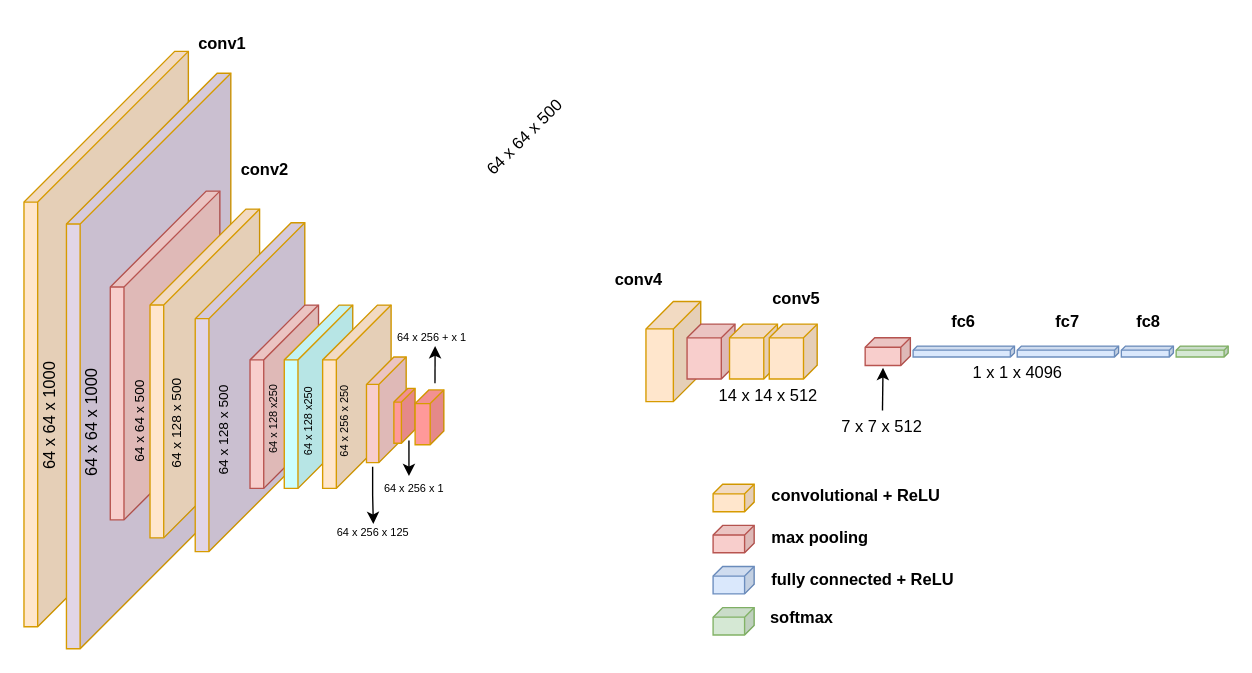
minh071289/AI_system keeps this draw.io diagram as Untitled Diagram.drawio. Above is the earlier version. Source tidied: cells renumbered, new cells numbered last; positions are measured from the earlier drawing's top-left corner, leaving out a move shared by most shapes. Both pictures are drawn from the tidied source at 137%, with x=0, y=0 at pixel (-18, 23).
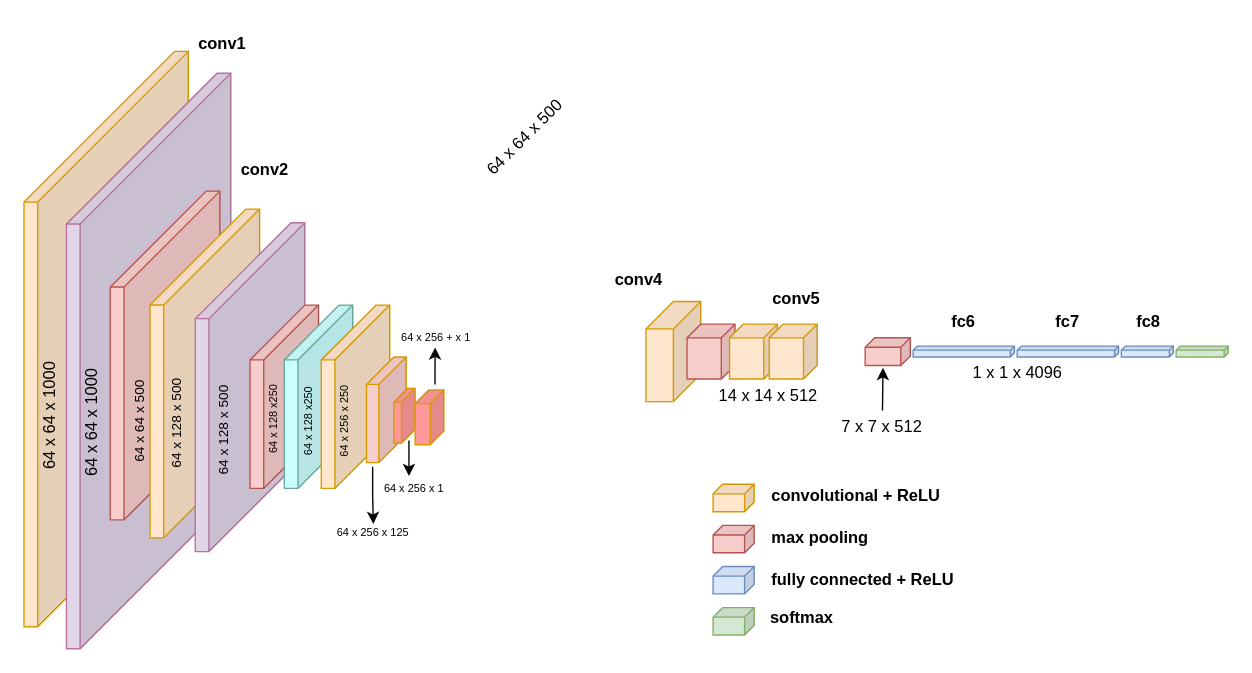
Above is the later version.

Change to the diagram source:
```diff
@@
-    <mxCell id="3" style="shape=cube;whiteSpace=wrap;html=1;boundedLbl=1;backgroundOutline=1;darkOpacity=0.05;darkOpacity2=0.1;size=110;direction=east;flipH=1;fillColor=#E1D5E7;strokeColor=#d79b00;" parent="1" vertex="1">
+    <mxCell id="3" style="shape=cube;whiteSpace=wrap;html=1;boundedLbl=1;backgroundOutline=1;darkOpacity=0.05;darkOpacity2=0.1;size=110;direction=east;flipH=1;fillColor=#E1D5E7;strokeColor=#B5739D;" parent="1" vertex="1">
       <mxGeometry x="61" y="36" width="120" height="420" as="geometry" />
     </mxCell>
@@
-    <mxCell id="6" style="shape=cube;whiteSpace=wrap;html=1;boundedLbl=1;backgroundOutline=1;darkOpacity=0.05;darkOpacity2=0.1;size=70;direction=east;flipH=1;fillColor=#E1D5E7;strokeColor=#d79b00;" parent="1" vertex="1">
+    <mxCell id="6" style="shape=cube;whiteSpace=wrap;html=1;boundedLbl=1;backgroundOutline=1;darkOpacity=0.05;darkOpacity2=0.1;size=70;direction=east;flipH=1;fillColor=#E1D5E7;strokeColor=#B5739D;" parent="1" vertex="1">
       <mxGeometry x="155" y="145.1" width="80" height="240" as="geometry" />
     </mxCell>
-    <mxCell id="7" style="shape=cube;whiteSpace=wrap;html=1;boundedLbl=1;backgroundOutline=1;darkOpacity=0.05;darkOpacity2=0.1;size=40;direction=east;flipH=1;fillColor=#f8cecc;strokeColor=#b85450;" parent="1" vertex="1">
+    <mxCell id="7" style="shape=cube;whiteSpace=wrap;html=1;boundedLbl=1;backgroundOutline=1;darkOpacity=0.05;darkOpacity2=0.1;size=40;direction=east;flipH=1;fillColor=#f8cecc;strokeColor=#b85450;fontFamily=Helvetica;" parent="1" vertex="1">
       <mxGeometry x="195" y="205.2" width="50" height="133.8" as="geometry" />
     </mxCell>
-    <mxCell id="8" style="shape=cube;whiteSpace=wrap;html=1;boundedLbl=1;backgroundOutline=1;darkOpacity=0.05;darkOpacity2=0.1;size=40;direction=east;flipH=1;fillColor=#CCFFFF;strokeColor=#d79b00;" parent="1" vertex="1">
+    <mxCell id="8" style="shape=cube;whiteSpace=wrap;html=1;boundedLbl=1;backgroundOutline=1;darkOpacity=0.05;darkOpacity2=0.1;size=40;direction=east;flipH=1;fillColor=#CCFFFF;strokeColor=#67AB9F;fontFamily=Helvetica;" parent="1" vertex="1">
       <mxGeometry x="220" y="205.2" width="50" height="133.8" as="geometry" />
     </mxCell>
@@
-    <mxCell id="28" value="64 x 64 x 1000" style="text;html=1;strokeColor=none;fillColor=none;align=center;verticalAlign=middle;whiteSpace=wrap;rounded=0;rotation=-90;" parent="1" vertex="1">
+    <mxCell id="28" value="64 x 64 x 1000" style="text;html=1;strokeColor=none;fillColor=none;align=center;verticalAlign=middle;whiteSpace=wrap;rounded=0;rotation=-90;fontFamily=Helvetica;" parent="1" vertex="1">
       <mxGeometry x="30" y="276" width="99" height="30" as="geometry" />
     </mxCell>
@@
-    <mxCell id="39" value="64 x 64 x 1000" style="text;html=1;strokeColor=none;fillColor=none;align=center;verticalAlign=middle;whiteSpace=wrap;rounded=0;rotation=-90;" parent="1" vertex="1">
+    <mxCell id="39" value="64 x 64 x 1000" style="text;html=1;strokeColor=none;fillColor=none;align=center;verticalAlign=middle;whiteSpace=wrap;rounded=0;rotation=-90;fontFamily=Helvetica;" parent="1" vertex="1">
       <mxGeometry y="271" width="99" height="30" as="geometry" />
     </mxCell>
-    <mxCell id="40" value="64 x 128 x 500" style="text;html=1;strokeColor=none;fillColor=none;align=center;verticalAlign=middle;whiteSpace=wrap;rounded=0;rotation=-90;direction=east;fontSize=10;" parent="1" vertex="1">
+    <mxCell id="40" value="64 x 128 x 500" style="text;html=1;strokeColor=none;fillColor=none;align=center;verticalAlign=middle;whiteSpace=wrap;rounded=0;rotation=-90;direction=east;fontSize=10;fontFamily=Helvetica;" parent="1" vertex="1">
       <mxGeometry x="96" y="282.2" width="90" height="18.8" as="geometry" />
     </mxCell>
-    <mxCell id="41" value="64 x 64 x 500" style="text;html=1;strokeColor=none;fillColor=none;align=center;verticalAlign=middle;whiteSpace=wrap;rounded=0;rotation=-90;direction=east;fontSize=10;" parent="1" vertex="1">
+    <mxCell id="41" value="64 x 64 x 500" style="text;html=1;strokeColor=none;fillColor=none;align=center;verticalAlign=middle;whiteSpace=wrap;rounded=0;rotation=-90;direction=east;fontSize=10;fontFamily=Helvetica;" parent="1" vertex="1">
       <mxGeometry x="69" y="280.7" width="90" height="18.8" as="geometry" />
     </mxCell>
-    <mxCell id="42" value="64 x 128 x 500" style="text;html=1;strokeColor=none;fillColor=none;align=center;verticalAlign=middle;whiteSpace=wrap;rounded=0;rotation=-90;direction=east;fontSize=10;" parent="1" vertex="1">
+    <mxCell id="42" value="64 x 128 x 500" style="text;html=1;strokeColor=none;fillColor=none;align=center;verticalAlign=middle;whiteSpace=wrap;rounded=0;rotation=-90;direction=east;fontSize=10;fontFamily=Helvetica;" parent="1" vertex="1">
       <mxGeometry x="130" y="287.2" width="90" height="18.8" as="geometry" />
     </mxCell>
-    <mxCell id="43" value="64 x 128 x250" style="text;html=1;strokeColor=none;fillColor=none;align=center;verticalAlign=middle;whiteSpace=wrap;rounded=0;rotation=-90;direction=east;fontSize=8;" parent="1" vertex="1">
+    <mxCell id="43" value="64 x 128 x250" style="text;html=1;strokeColor=none;fillColor=none;align=center;verticalAlign=middle;whiteSpace=wrap;rounded=0;rotation=-90;direction=east;fontSize=8;fontFamily=Helvetica;" parent="1" vertex="1">
       <mxGeometry x="167" y="279.1" width="90" height="18.8" as="geometry" />
     </mxCell>
-    <mxCell id="44" value="64 x 128 x250" style="text;html=1;strokeColor=none;fillColor=none;align=center;verticalAlign=middle;whiteSpace=wrap;rounded=0;rotation=-90;direction=east;fontSize=8;" parent="1" vertex="1">
+    <mxCell id="44" value="64 x 128 x250" style="text;html=1;strokeColor=none;fillColor=none;align=center;verticalAlign=middle;whiteSpace=wrap;rounded=0;rotation=-90;direction=east;fontSize=8;fontFamily=Helvetica;" parent="1" vertex="1">
       <mxGeometry x="193" y="280.7" width="90" height="18.8" as="geometry" />
     </mxCell>
-    <mxCell id="45" style="shape=cube;whiteSpace=wrap;html=1;boundedLbl=1;backgroundOutline=1;darkOpacity=0.05;darkOpacity2=0.1;size=40;direction=east;flipH=1;fillColor=#FFE6CC;strokeColor=#d79b00;" parent="1" vertex="1">
-      <mxGeometry x="248" y="205.2" width="50" height="133.8" as="geometry" />
+    <mxCell id="45" style="shape=cube;whiteSpace=wrap;html=1;boundedLbl=1;backgroundOutline=1;darkOpacity=0.05;darkOpacity2=0.1;size=40;direction=east;flipH=1;fillColor=#FFE6CC;strokeColor=#d79b00;fontFamily=Helvetica;" parent="1" vertex="1">
+      <mxGeometry x="247" y="205.2" width="50" height="133.8" as="geometry" />
     </mxCell>
-    <mxCell id="46" value="64 x 256 x 250" style="text;html=1;strokeColor=none;fillColor=none;align=center;verticalAlign=middle;whiteSpace=wrap;rounded=0;rotation=-90;direction=east;fontSize=8;" parent="1" vertex="1">
+    <mxCell id="46" value="64 x 256 x 250" style="text;html=1;strokeColor=none;fillColor=none;align=center;verticalAlign=middle;whiteSpace=wrap;rounded=0;rotation=-90;direction=east;fontSize=8;fontFamily=Helvetica;" parent="1" vertex="1">
       <mxGeometry x="219" y="280.7" width="90" height="18.8" as="geometry" />
     </mxCell>
-    <mxCell id="47" style="edgeStyle=orthogonalEdgeStyle;rounded=0;orthogonalLoop=1;jettySize=auto;html=1;exitX=0;exitY=0;exitDx=24.5;exitDy=77.13;exitPerimeter=0;entryX=0.5;entryY=0;entryDx=0;entryDy=0;" parent="1" edge="1">
+    <mxCell id="47" style="edgeStyle=orthogonalEdgeStyle;rounded=0;orthogonalLoop=1;jettySize=auto;html=1;exitX=0;exitY=0;exitDx=24.5;exitDy=77.13;exitPerimeter=0;entryX=0.5;entryY=0;entryDx=0;entryDy=0;fontFamily=Helvetica;" parent="1" edge="1">
       <mxGeometry relative="1" as="geometry">
         <mxPoint x="284.5" y="323.2" as="sourcePoint" />
         <mxPoint x="285" y="365" as="targetPoint" />
         <Array as="points">
           <mxPoint x="284" y="344" />
           <mxPoint x="285" y="344" />
         </Array>
       </mxGeometry>
     </mxCell>
-    <mxCell id="48" style="shape=cube;whiteSpace=wrap;html=1;boundedLbl=1;backgroundOutline=1;darkOpacity=0.05;darkOpacity2=0.1;size=20;direction=east;flipH=1;fillColor=#F8CECC;strokeColor=#d79b00;" parent="1" vertex="1">
+    <mxCell id="48" style="shape=cube;whiteSpace=wrap;html=1;boundedLbl=1;backgroundOutline=1;darkOpacity=0.05;darkOpacity2=0.1;size=20;direction=east;flipH=1;fillColor=#F8CECC;strokeColor=#d79b00;fontFamily=Helvetica;" parent="1" vertex="1">
       <mxGeometry x="280" y="243.1" width="29" height="77.1" as="geometry" />
     </mxCell>
-    <mxCell id="49" value="64 x 256 x 125" style="text;html=1;strokeColor=none;fillColor=none;align=center;verticalAlign=middle;whiteSpace=wrap;rounded=0;rotation=0;direction=east;fontSize=8;" parent="1" vertex="1">
+    <mxCell id="49" value="64 x 256 x 125" style="text;html=1;strokeColor=none;fillColor=none;align=center;verticalAlign=middle;whiteSpace=wrap;rounded=0;rotation=0;direction=east;fontSize=8;fontFamily=Helvetica;" parent="1" vertex="1">
       <mxGeometry x="240" y="362" width="90" height="18.8" as="geometry" />
     </mxCell>
-    <mxCell id="50" style="shape=cube;whiteSpace=wrap;html=1;boundedLbl=1;backgroundOutline=1;darkOpacity=0.05;darkOpacity2=0.1;size=10;direction=east;flipH=1;fillColor=#FF9999;strokeColor=#d79b00;" parent="1" vertex="1">
+    <mxCell id="50" style="shape=cube;whiteSpace=wrap;html=1;boundedLbl=1;backgroundOutline=1;darkOpacity=0.05;darkOpacity2=0.1;size=10;direction=east;flipH=1;fillColor=#FF9999;strokeColor=#d79b00;fontFamily=Helvetica;" parent="1" vertex="1">
       <mxGeometry x="300" y="266" width="15.5" height="40" as="geometry" />
     </mxCell>
-    <mxCell id="51" style="edgeStyle=orthogonalEdgeStyle;rounded=0;orthogonalLoop=1;jettySize=auto;html=1;exitX=0;exitY=0;exitDx=24.5;exitDy=77.13;exitPerimeter=0;" parent="1" edge="1">
+    <mxCell id="51" style="edgeStyle=orthogonalEdgeStyle;rounded=0;orthogonalLoop=1;jettySize=auto;html=1;exitX=0;exitY=0;exitDx=24.5;exitDy=77.13;exitPerimeter=0;fontFamily=Helvetica;" parent="1" edge="1">
       <mxGeometry relative="1" as="geometry">
         <mxPoint x="311" y="304" as="sourcePoint" />
         <mxPoint x="311" y="330" as="targetPoint" />
         <Array as="points">
           <mxPoint x="310.5" y="324.8" />
           <mxPoint x="311.5" y="324.8" />
         </Array>
       </mxGeometry>
     </mxCell>
@@
-    <mxCell id="53" style="edgeStyle=orthogonalEdgeStyle;rounded=0;orthogonalLoop=1;jettySize=auto;html=1;exitX=0;exitY=0;exitDx=5.5;exitDy=0;exitPerimeter=0;" parent="1" edge="1">
+    <mxCell id="53" style="edgeStyle=orthogonalEdgeStyle;rounded=0;orthogonalLoop=1;jettySize=auto;html=1;exitX=0;exitY=0;exitDx=5.5;exitDy=0;exitPerimeter=0;fontFamily=Helvetica;" parent="1" edge="1">
       <mxGeometry relative="1" as="geometry">
-        <mxPoint x="330" y="262.2" as="sourcePoint" />
-        <mxPoint x="330.1" y="235.1" as="targetPoint" />
+        <mxPoint x="330" y="263.2" as="sourcePoint" />
+        <mxPoint x="330.1" y="236.1" as="targetPoint" />
       </mxGeometry>
     </mxCell>
-    <mxCell id="54" style="shape=cube;whiteSpace=wrap;html=1;boundedLbl=1;backgroundOutline=1;darkOpacity=0.05;darkOpacity2=0.1;size=10;direction=east;flipH=1;fillColor=#FF9999;strokeColor=#d79b00;" parent="1" vertex="1">
+    <mxCell id="54" style="shape=cube;whiteSpace=wrap;html=1;boundedLbl=1;backgroundOutline=1;darkOpacity=0.05;darkOpacity2=0.1;size=10;direction=east;flipH=1;fillColor=#FF9999;strokeColor=#d79b00;fontFamily=Helvetica;" parent="1" vertex="1">
       <mxGeometry x="315.5" y="267.1" width="21" height="40" as="geometry" />
     </mxCell>
     <mxCell id="55" value="64 x 256 + x 1" style="text;html=1;strokeColor=none;fillColor=none;align=center;verticalAlign=middle;whiteSpace=wrap;rounded=0;rotation=0;direction=east;fontSize=8;" parent="1" vertex="1">
-      <mxGeometry x="283" y="219.1" width="90" height="18.8" as="geometry" />
+      <mxGeometry x="286" y="219.1" width="90" height="18.8" as="geometry" />
     </mxCell>
```
